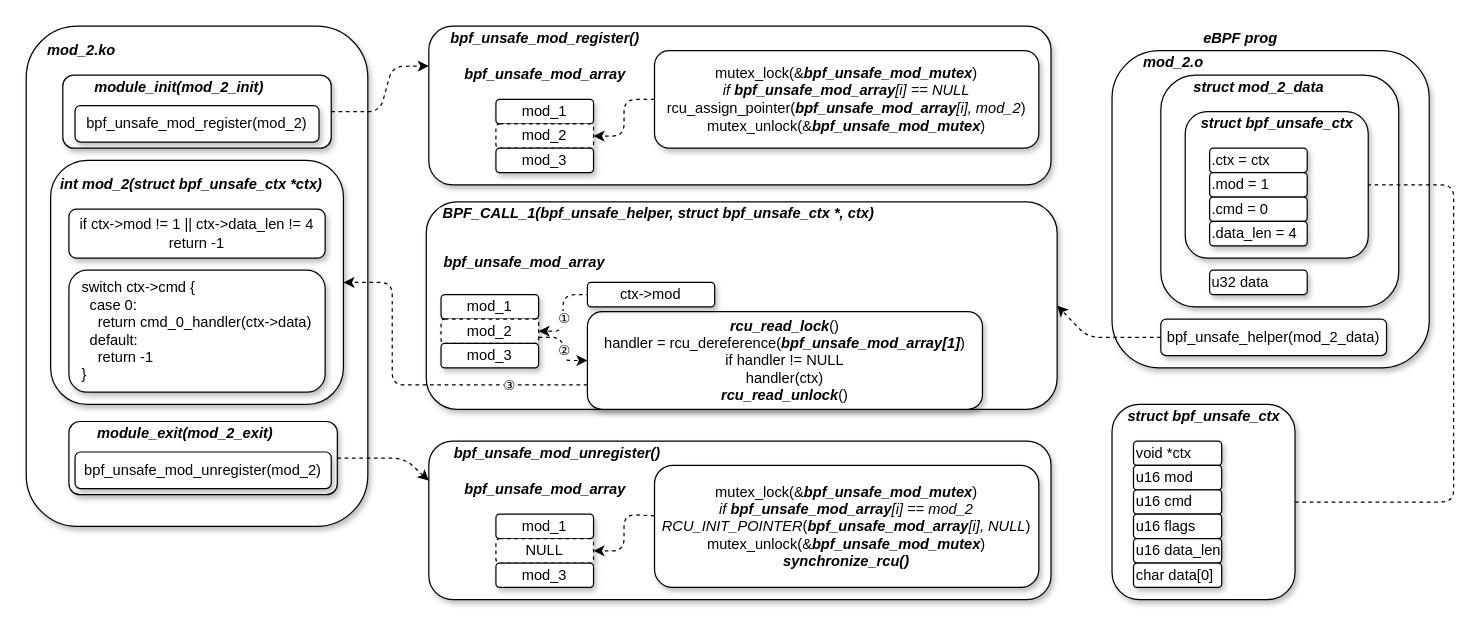
Before: bpf_helper_sec.drawio in AirbornWdd/doc, a draw.io diagram. Source tidied: cells renumbered, new cells numbered last; positions are measured from the earlier drawing's top-left corner, leaving out a move shared by most shapes. Both pictures are drawn from the tidied source at 122%, with x=0, y=0 at pixel (26, 26).
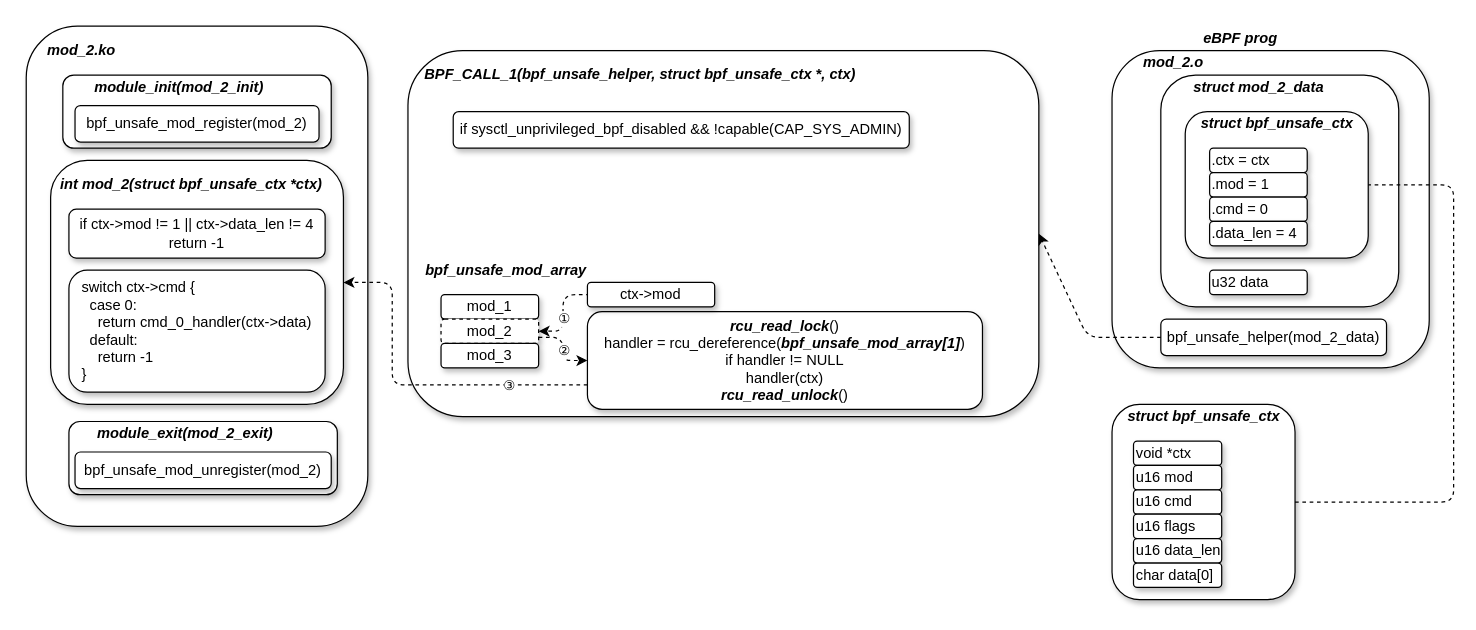
After the change.

Unchanged cells that the change refers to:
```xml
<mxCell id="29" style="rounded=1;whiteSpace=wrap;html=1;shadow=1;" parent="1" vertex="1">
  <mxGeometry x="35" y="324" width="220" height="60" as="geometry" />
</mxCell>
<mxCell id="58" style="rounded=1;whiteSpace=wrap;html=1;shadow=1;" parent="1" vertex="1">
  <mxGeometry x="30" y="40" width="220" height="60" as="geometry" />
</mxCell>
```

Change to the diagram source:
```diff
@@
     <mxCell id="2" style="group;" parent="1" vertex="1">
-      <mxGeometry x="525" y="144" width="320" height="170" as="geometry" />
+      <mxGeometry x="510" y="150" width="320" height="170" as="geometry" />
     </mxCell>
     <mxCell id="3" style="rounded=1;whiteSpace=wrap;html=1;shadow=1;" parent="2" vertex="1">
-      <mxGeometry x="-197.1" width="517.1" height="170" as="geometry" />
+      <mxGeometry x="-197.1" y="-130" width="517.1" height="300" as="geometry" />
     </mxCell>
@@
-    <mxCell id="5" value="&lt;b&gt;&lt;i&gt;BPF_CALL_1(bpf_unsafe_helper, &lt;/i&gt;&lt;/b&gt;&lt;b&gt;&lt;i&gt;struct bpf_unsafe_ctx *&lt;/i&gt;&lt;/b&gt;&lt;b&gt;&lt;i&gt;, ctx)&lt;/i&gt;&lt;/b&gt;" style="text;html=1;align=center;verticalAlign=middle;" parent="2" vertex="1">
-      <mxGeometry x="-192.1" width="370" height="20" as="geometry" />
-    </mxCell>
@@
-    <mxCell id="13" style="rounded=1;whiteSpace=wrap;html=1;shadow=1;" parent="1" vertex="1">
-      <mxGeometry x="330" width="510" height="130" as="geometry" />
-    </mxCell>
-    <mxCell id="14" value="&lt;b&gt;&lt;i&gt;bpf_unsafe_mod_register()&lt;/i&gt;&lt;/b&gt;" style="text;html=1;align=center;verticalAlign=middle;" parent="1" vertex="1">
-      <mxGeometry x="340" width="170" height="20" as="geometry" />
-    </mxCell>
-    <mxCell id="15" value="mutex_lock(&amp;amp;&lt;b&gt;&lt;i&gt;bpf_unsafe_mod_mutex&lt;/i&gt;&lt;/b&gt;)&lt;br&gt;&lt;i&gt;if &lt;b&gt;bpf_unsafe_mod_array&lt;/b&gt;[i] == NULL&lt;br&gt;&lt;/i&gt;rcu_assign_pointer(&lt;i&gt;&lt;b&gt;bpf_unsafe_mod_array&lt;/b&gt;[i], mod_2&lt;/i&gt;)&lt;br&gt;mutex_unlock(&amp;amp;&lt;b&gt;&lt;i&gt;bpf_unsafe_mod_mutex&lt;/i&gt;&lt;/b&gt;)" style="rounded=1;whiteSpace=wrap;html=1;shadow=1;" parent="1" vertex="1">
-      <mxGeometry x="515" y="20" width="315" height="80" as="geometry" />
-    </mxCell>
-    <mxCell id="16" value="&lt;b&gt;&lt;i&gt;bpf_unsafe_mod_array&lt;/i&gt;&lt;/b&gt;" style="text;html=1;align=center;verticalAlign=middle;" parent="1" vertex="1">
-      <mxGeometry x="350" y="30" width="150" height="20" as="geometry" />
-    </mxCell>
-    <mxCell id="17" value="mod_1" style="rounded=1;whiteSpace=wrap;html=1;shadow=1;" parent="1" vertex="1">
-      <mxGeometry x="385" y="60" width="80" height="20" as="geometry" />
-    </mxCell>
-    <mxCell id="18" value="mod_2" style="rounded=1;whiteSpace=wrap;html=1;shadow=1;dashed=1;" parent="1" vertex="1">
-      <mxGeometry x="385" y="80" width="80" height="20" as="geometry" />
-    </mxCell>
-    <mxCell id="19" value="mod_3" style="rounded=1;whiteSpace=wrap;html=1;shadow=1;" parent="1" vertex="1">
-      <mxGeometry x="385" y="100" width="80" height="20" as="geometry" />
-    </mxCell>
-    <mxCell id="20" style="endArrow=classic;html=1;exitX=0;exitY=0.5;exitDx=0;exitDy=0;entryX=1;entryY=0.5;entryDx=0;entryDy=0;dashed=1;" parent="1" edge="1" source="15" target="18">
-      <mxGeometry relative="1" as="geometry">
-        <Array as="points">
-          <mxPoint x="490" y="60" />
-          <mxPoint x="490" y="90" />
-        </Array>
-      </mxGeometry>
-    </mxCell>
-    <mxCell id="21" style="rounded=1;whiteSpace=wrap;html=1;shadow=1;" parent="1" vertex="1">
-      <mxGeometry x="330" y="340" width="510" height="130" as="geometry" />
-    </mxCell>
-    <mxCell id="22" value="&lt;b&gt;&lt;i&gt;bpf_unsafe_mod_unregister()&lt;/i&gt;&lt;/b&gt;" style="text;html=1;align=center;verticalAlign=middle;" parent="1" vertex="1">
-      <mxGeometry x="345" y="340" width="180" height="20" as="geometry" />
-    </mxCell>
-    <mxCell id="23" value="mutex_lock(&amp;amp;&lt;b&gt;&lt;i&gt;bpf_unsafe_mod_mutex&lt;/i&gt;&lt;/b&gt;)&lt;br&gt;&lt;i&gt;if &lt;b&gt;bpf_unsafe_mod_array&lt;/b&gt;[i] == mod_2&lt;br&gt;&lt;/i&gt;&lt;i&gt;RCU_INIT_POINTER&lt;/i&gt;(&lt;i&gt;&lt;b&gt;bpf_unsafe_mod_array&lt;/b&gt;[i], NULL&lt;/i&gt;)&lt;br&gt;mutex_unlock(&amp;amp;&lt;b&gt;&lt;i&gt;bpf_unsafe_mod_mutex&lt;/i&gt;&lt;/b&gt;)&lt;br&gt;&lt;b&gt;&lt;i&gt;synchronize_rcu()&lt;/i&gt;&lt;/b&gt;" style="rounded=1;whiteSpace=wrap;html=1;shadow=1;" parent="1" vertex="1">
-      <mxGeometry x="515" y="360" width="315" height="100" as="geometry" />
-    </mxCell>
-    <mxCell id="24" value="&lt;b&gt;&lt;i&gt;bpf_unsafe_mod_array&lt;/i&gt;&lt;/b&gt;" style="text;html=1;align=center;verticalAlign=middle;" parent="1" vertex="1">
-      <mxGeometry x="350" y="370" width="150" height="20" as="geometry" />
-    </mxCell>
-    <mxCell id="25" value="mod_1" style="rounded=1;whiteSpace=wrap;html=1;shadow=1;" parent="1" vertex="1">
-      <mxGeometry x="385" y="400" width="80" height="20" as="geometry" />
-    </mxCell>
-    <mxCell id="26" value="NULL" style="rounded=1;whiteSpace=wrap;html=1;shadow=1;dashed=1;" parent="1" vertex="1">
-      <mxGeometry x="385" y="420" width="80" height="20" as="geometry" />
-    </mxCell>
-    <mxCell id="27" value="mod_3" style="rounded=1;whiteSpace=wrap;html=1;shadow=1;" parent="1" vertex="1">
-      <mxGeometry x="385" y="440" width="80" height="20" as="geometry" />
-    </mxCell>
-    <mxCell id="28" style="endArrow=classic;html=1;entryX=1;entryY=0.5;entryDx=0;entryDy=0;dashed=1;" parent="1" edge="1" source="23" target="26">
-      <mxGeometry relative="1" as="geometry">
-        <Array as="points">
-          <mxPoint x="490" y="400" />
-          <mxPoint x="490" y="430" />
-        </Array>
-      </mxGeometry>
-    </mxCell>
@@
-    <mxCell id="65" style="endArrow=classic;html=1;entryX=0;entryY=0.25;entryDx=0;entryDy=0;exitX=1;exitY=0.5;exitDx=0;exitDy=0;dashed=1;" parent="1" edge="1" source="58" target="13">
-      <mxGeometry relative="1" as="geometry">
-        <Array as="points">
-          <mxPoint x="290" y="70" />
-          <mxPoint x="300" y="33" />
-        </Array>
-      </mxGeometry>
-    </mxCell>
-    <mxCell id="66" style="endArrow=classic;html=1;dashed=1;entryX=0;entryY=0.25;entryDx=0;entryDy=0;exitX=1;exitY=0.5;exitDx=0;exitDy=0;" parent="1" edge="1" source="29" target="21">
-      <mxGeometry relative="1" as="geometry">
-        <Array as="points">
-          <mxPoint x="310" y="354" />
-        </Array>
-      </mxGeometry>
-    </mxCell>
@@
+    <mxCell id="5" value="&lt;b&gt;&lt;i&gt;BPF_CALL_1(bpf_unsafe_helper, &lt;/i&gt;&lt;/b&gt;&lt;b&gt;&lt;i&gt;struct bpf_unsafe_ctx *&lt;/i&gt;&lt;/b&gt;&lt;b&gt;&lt;i&gt;, ctx)&lt;/i&gt;&lt;/b&gt;" style="text;html=1;align=center;verticalAlign=middle;" parent="1" vertex="1">
+      <mxGeometry x="317.9" y="30" width="370" height="20" as="geometry" />
+    </mxCell>
+    <mxCell id="72" value="if sysctl_unprivileged_bpf_disabled &amp;amp;&amp;amp; !capable(CAP_SYS_ADMIN)" style="rounded=1;whiteSpace=wrap;html=1;shadow=1;" parent="1" vertex="1">
+      <mxGeometry x="350" y="70" width="373.8" height="30" as="geometry" />
+    </mxCell>
```
